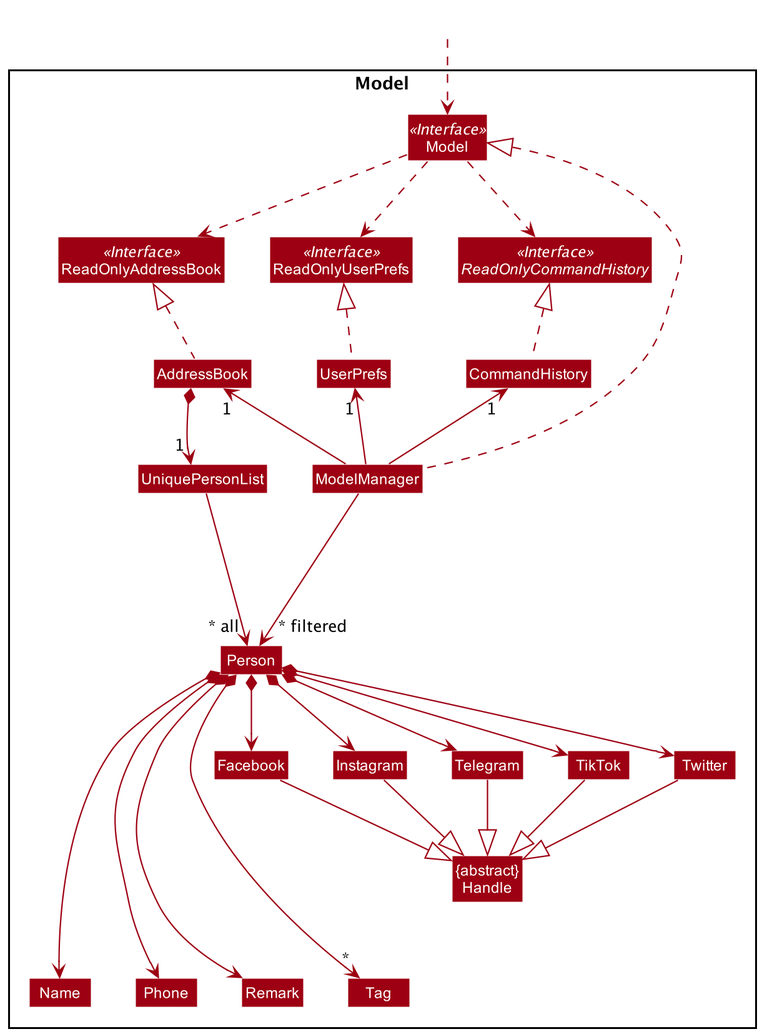
stanley-1/tp keeps this PlantUML diagram as docs/images/ModelClassDiagram.png. Above is the earlier version.
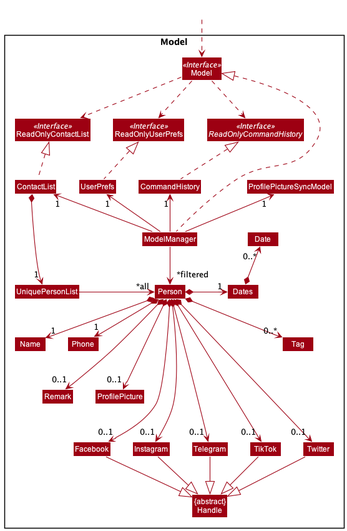
Later version of the same file.

Commit message:
Update `Model` diagram

The edit, as a diff of the source:
```diff
@@ -5,16 +5,17 @@
 skinparam classBackgroundColor MODEL_COLOR
 
 Package Model <<Rectangle>>{
-Interface ReadOnlyAddressBook <<Interface>>
+Interface Model <<Interface>>
+Interface ReadOnlyContactList <<Interface>>
 Interface ReadOnlyUserPrefs <<Interface>>
 Interface ReadOnlyCommandHistory <<Interface>>
-Interface Model <<Interface>>
-Class AddressBook
-Class ReadOnlyAddressBook
+Class Model
+Class ContactList
+Class ReadOnlyContactList
+Class UserPrefs
 Class CommandHistory
-Class Model
+Class ProfilePictureSyncModel
 Class ModelManager
-Class UserPrefs
 Class ReadOnlyUserPrefs
 
 Class "{abstract}\nHandle" as Handle
@@ -23,53 +24,61 @@
 Class Name
 Class Phone
 Class Remark
-Class Tag
+Class ProfilePicture
 Class Facebook
 Class Instagram
 Class Telegram
 Class TikTok
 Class Twitter
+Class Dates
+Class Date
+Class Tag
 }
 
 Class HiddenOutside #FFFFFF
 HiddenOutside ..> Model
 
-Model .d.> ReadOnlyAddressBook
+Model .d.> ReadOnlyContactList
 Model .d.> ReadOnlyUserPrefs
 Model .d.> ReadOnlyCommandHistory
-ReadOnlyAddressBook -[hidden]r> ReadOnlyUserPrefs
+ReadOnlyContactList -[hidden]r> ReadOnlyUserPrefs
 ReadOnlyUserPrefs -[hidden]r> ReadOnlyCommandHistory
 
-AddressBook .u.|> ReadOnlyAddressBook
+ContactList .u.|> ReadOnlyContactList
 UserPrefs .u.|> ReadOnlyUserPrefs
 CommandHistory .u.|> ReadOnlyCommandHistory
 
-ModelManager -u-> "1" AddressBook
+ModelManager -u-> "1" ContactList
 ModelManager -u-> "1" UserPrefs
 ModelManager -u-> "1" CommandHistory
+ModelManager -u-> "1" ProfilePictureSyncModel
 
-ModelManager ....u|> Model
-ModelManager --->"~* filtered" Person
+ModelManager ...u|> Model
+ModelManager -->"~*filtered" Person
 
-AddressBook *--> "1" UniquePersonList
-UniquePersonList -r> "~* all" Person
-UniquePersonList -[hidden]-> AddressBook
+ContactList *---> "1" UniquePersonList
+UniquePersonList -r> "~*all" Person
+UniquePersonList -[hidden]-> ContactList
 
-Person *----> Name
-Person *----> Phone
-Person *----> "*" Tag
-Person *----> Remark
-
-Person *--> Facebook
-Person *--> Instagram
-Person *--> Telegram
-Person *--> TikTok
-Person *-->Twitter
-
+Person *----> "0..1" Facebook
+Person *----> "0..1" Instagram
+Person *----> "0..1" Telegram
+Person *----> "0..1" TikTok
+Person *----> "0..1" Twitter
 Facebook -d-|> Handle
 Instagram -d-|> Handle
 Telegram -d-|> Handle
 TikTok -d-|> Handle
 Twitter -d-|> Handle
 
+Person *---> "0..1" Remark
+Person *---> "0..1" ProfilePicture
+Person *--> "0..*" Tag
+
+Person *--> "1" Name
+Person *--> "1" Phone
+Person *-r-> "1" Dates
+ProfilePictureSyncModel -[hidden]d> Date
+Dates *-u-> "0..*" Date
+
 @enduml
```
